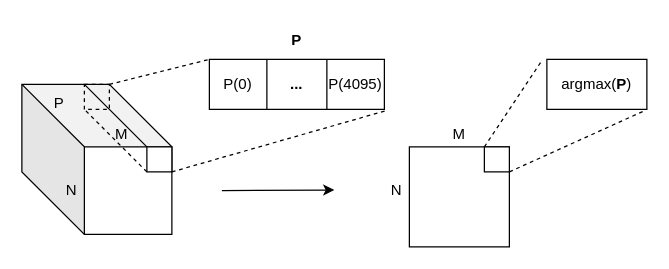
jkersmith/reimagined-doodle keeps this draw.io diagram as 残差计算加速示意图.drawio. Above is the earlier version. Source tidied: cells renumbered, new cells numbered last; positions are measured from the earlier drawing's top-left corner, leaving out a move shared by most shapes. Both pictures are drawn from the tidied source at 125%, with x=0, y=0 at pixel (21, 21).
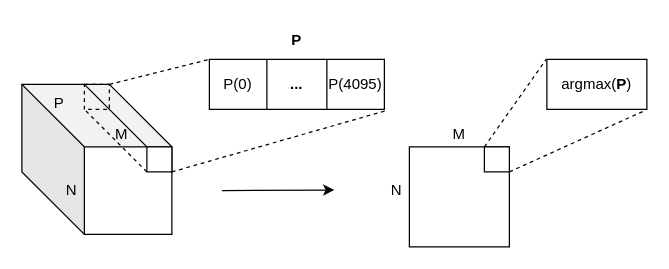
The same page after the edit.

Commit message (it also covers changes not shown here):
更新残差计算加速示意图.drawio

The change refers to these unchanged cells:
```xml
<mxCell id="27" style="shape=tableRow;horizontal=0;startSize=0;swimlaneHead=0;swimlaneBody=0;strokeColor=inherit;top=0;left=0;bottom=0;right=0;fillColor=none;points=[[0,0.5],[1,0.5]];portConstraint=eastwest;" parent="26" vertex="1">
  <mxGeometry width="80" height="40" as="geometry" />
</mxCell>
```

Diff of the diagram source:
```diff
@@
-    <mxCell id="24" style="endArrow=none;dashed=1;html=1;rounded=0;entryX=-0.047;entryY=0.015;entryDx=0;entryDy=0;entryPerimeter=0;" parent="1" edge="1" target="27">
+    <mxCell id="24" style="endArrow=none;dashed=1;html=1;rounded=0;entryX=-0.005;entryY=-0.005;entryDx=0;entryDy=0;entryPerimeter=0;" parent="1" edge="1" target="27">
       <mxGeometry relative="1" as="geometry">
         <mxPoint x="370" y="100" as="sourcePoint" />
       </mxGeometry>
     </mxCell>
```
